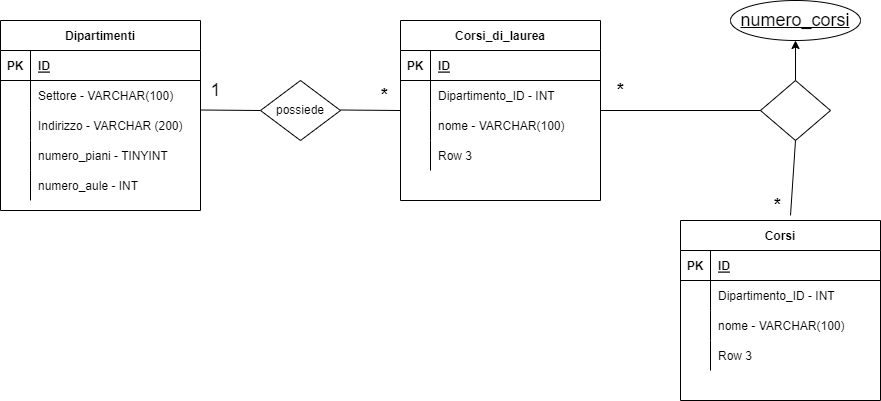
Above: Untitled Diagram.drawio.png in SimonCook99/db-univeristy (draw.io), before the change. Source tidied: cells renumbered, new cells last; positions are measured from the earlier drawing's top-left corner, leaving out a move shared by most shapes.
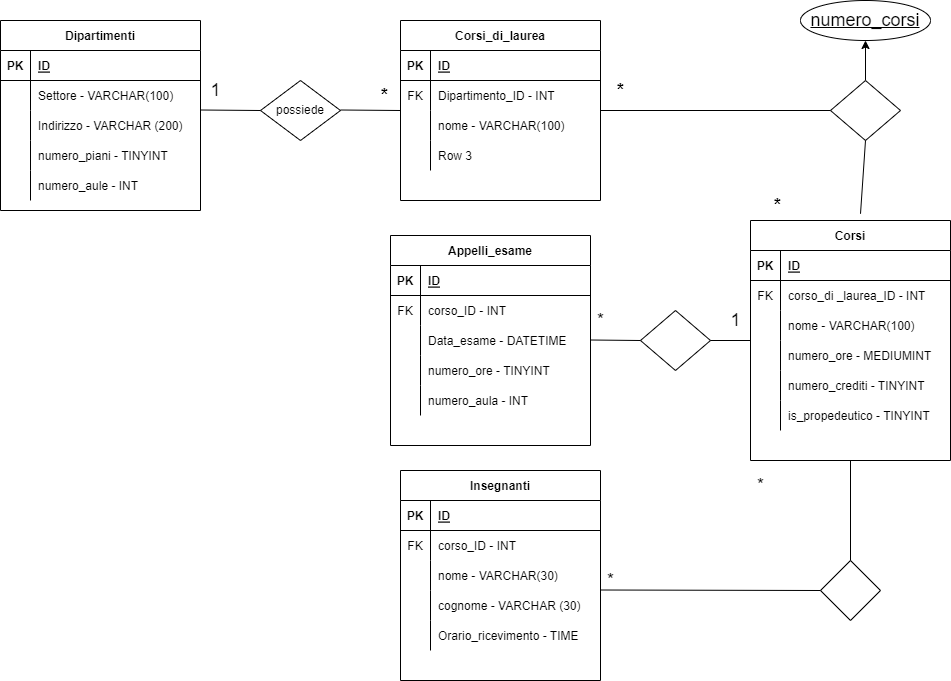
The same file after the commit.

Commit message:
Aggiunte altre tabelle e relazioni

Change to the diagram source:
```diff
@@ -65,7 +65,7 @@
     <mxCell id="22" style="shape=tableRow;horizontal=0;startSize=0;swimlaneHead=0;swimlaneBody=0;fillColor=none;top=0;left=0;right=0;bottom=0;" parent="18" vertex="1">
       <mxGeometry y="60" width="200" height="30" as="geometry" />
     </mxCell>
-    <mxCell id="23" style="shape=partialRectangle;fillColor=none;top=0;left=0;bottom=0;right=0;overflow=hidden;" parent="22" vertex="1">
+    <mxCell id="23" value="FK" style="shape=partialRectangle;fillColor=none;top=0;left=0;bottom=0;right=0;overflow=hidden;" parent="22" vertex="1">
       <mxGeometry width="30" height="30" as="geometry" />
     </mxCell>
     <mxCell id="24" value="Dipartimento_ID - INT" style="shape=partialRectangle;fillColor=none;top=0;left=0;bottom=0;right=0;align=left;spacingLeft=6;overflow=hidden;" parent="22" vertex="1">
@@ -111,7 +111,7 @@
       <mxGeometry x="374" y="80" width="20" height="30" as="geometry" />
     </mxCell>
     <mxCell id="36" value="Corsi" style="shape=table;startSize=30;rowLines=0;fontStyle=1;align=center;" parent="1" vertex="1">
-      <mxGeometry x="680" y="220" width="200" height="180" as="geometry" />
+      <mxGeometry x="750" y="220" width="200" height="240" as="geometry" />
     </mxCell>
     <mxCell id="37" style="shape=tableRow;horizontal=0;startSize=0;swimlaneHead=0;swimlaneBody=0;fillColor=none;top=0;left=0;right=0;bottom=1;" parent="36" vertex="1">
       <mxGeometry y="30" width="200" height="30" as="geometry" />
@@ -125,10 +125,10 @@
     <mxCell id="40" style="shape=tableRow;horizontal=0;startSize=0;swimlaneHead=0;swimlaneBody=0;fillColor=none;top=0;left=0;right=0;bottom=0;" parent="36" vertex="1">
       <mxGeometry y="60" width="200" height="30" as="geometry" />
     </mxCell>
-    <mxCell id="41" style="shape=partialRectangle;fillColor=none;top=0;left=0;bottom=0;right=0;overflow=hidden;" parent="40" vertex="1">
+    <mxCell id="41" value="FK" style="shape=partialRectangle;fillColor=none;top=0;left=0;bottom=0;right=0;overflow=hidden;" parent="40" vertex="1">
       <mxGeometry width="30" height="30" as="geometry" />
     </mxCell>
-    <mxCell id="42" value="Dipartimento_ID - INT" style="shape=partialRectangle;fillColor=none;top=0;left=0;bottom=0;right=0;align=left;spacingLeft=6;overflow=hidden;" parent="40" vertex="1">
+    <mxCell id="42" value="corso_di _laurea_ID - INT" style="shape=partialRectangle;fillColor=none;top=0;left=0;bottom=0;right=0;align=left;spacingLeft=6;overflow=hidden;" parent="40" vertex="1">
       <mxGeometry x="30" width="170" height="30" as="geometry" />
     </mxCell>
     <mxCell id="43" style="shape=tableRow;horizontal=0;startSize=0;swimlaneHead=0;swimlaneBody=0;fillColor=none;top=0;left=0;right=0;bottom=0;" parent="36" vertex="1">
@@ -146,25 +146,40 @@
     <mxCell id="47" style="shape=partialRectangle;fillColor=none;top=0;left=0;bottom=0;right=0;overflow=hidden;" parent="46" vertex="1">
       <mxGeometry width="30" height="30" as="geometry" />
     </mxCell>
-    <mxCell id="48" value="Row 3" style="shape=partialRectangle;fillColor=none;top=0;left=0;bottom=0;right=0;align=left;spacingLeft=6;overflow=hidden;" parent="46" vertex="1">
+    <mxCell id="48" value="numero_ore - MEDIUMINT" style="shape=partialRectangle;fillColor=none;top=0;left=0;bottom=0;right=0;align=left;spacingLeft=6;overflow=hidden;" parent="46" vertex="1">
       <mxGeometry x="30" width="170" height="30" as="geometry" />
     </mxCell>
+    <mxCell id="56" style="shape=tableRow;horizontal=0;startSize=0;swimlaneHead=0;swimlaneBody=0;fillColor=none;top=0;left=0;right=0;bottom=0;" parent="36" vertex="1">
+      <mxGeometry y="150" width="200" height="30" as="geometry" />
+    </mxCell>
+    <mxCell id="57" style="shape=partialRectangle;fillColor=none;top=0;left=0;bottom=0;right=0;overflow=hidden;" parent="56" vertex="1">
+      <mxGeometry width="30" height="30" as="geometry" />
+    </mxCell>
+    <mxCell id="58" value="numero_crediti - TINYINT" style="shape=partialRectangle;fillColor=none;top=0;left=0;bottom=0;right=0;align=left;spacingLeft=6;overflow=hidden;" parent="56" vertex="1">
+      <mxGeometry x="30" width="170" height="30" as="geometry" />
+    </mxCell>
+    <mxCell id="59" style="shape=tableRow;horizontal=0;startSize=0;swimlaneHead=0;swimlaneBody=0;fillColor=none;top=0;left=0;right=0;bottom=0;" parent="36" vertex="1">
+      <mxGeometry y="180" width="200" height="30" as="geometry" />
+    </mxCell>
+    <mxCell id="60" style="shape=partialRectangle;fillColor=none;top=0;left=0;bottom=0;right=0;overflow=hidden;" parent="59" vertex="1">
+      <mxGeometry width="30" height="30" as="geometry" />
+    </mxCell>
+    <mxCell id="61" value="is_propedeutico - TINYINT" style="shape=partialRectangle;fillColor=none;top=0;left=0;bottom=0;right=0;align=left;spacingLeft=6;overflow=hidden;" parent="59" vertex="1">
+      <mxGeometry x="30" width="170" height="30" as="geometry" />
+    </mxCell>
     <mxCell id="49" style="edgeStyle=none;rounded=0;jettySize=auto;html=1;fontSize=18;" parent="1" edge="1" source="50" target="55">
       <mxGeometry relative="1" as="geometry" />
     </mxCell>
     <mxCell id="50" style="shape=rhombus;perimeter=rhombusPerimeter;whiteSpace=wrap;html=1;align=center;fontSize=18;" parent="1" vertex="1">
-      <mxGeometry x="760" y="80" width="70" height="60" as="geometry" />
+      <mxGeometry x="830" y="80" width="70" height="60" as="geometry" />
     </mxCell>
-    <mxCell id="51" style="endArrow=none;html=1;rounded=0;fontSize=18;" parent="1" edge="1">
+    <mxCell id="51" style="endArrow=none;html=1;rounded=0;fontSize=18;entryX=0;entryY=0.5;entryDx=0;entryDy=0;" parent="1" edge="1" target="50">
       <mxGeometry relative="1" as="geometry">
         <mxPoint x="600" y="110" as="sourcePoint" />
-        <mxPoint x="760" y="110" as="targetPoint" />
       </mxGeometry>
     </mxCell>
-    <mxCell id="52" style="endArrow=none;html=1;rounded=0;fontSize=18;entryX=0.55;entryY=-0.028;entryDx=0;entryDy=0;entryPerimeter=0;" parent="1" edge="1" target="36">
-      <mxGeometry relative="1" as="geometry">
-        <mxPoint x="795" y="140" as="sourcePoint" />
-      </mxGeometry>
+    <mxCell id="52" style="endArrow=none;html=1;rounded=0;fontSize=18;entryX=0.55;entryY=-0.028;entryDx=0;entryDy=0;entryPerimeter=0;exitX=0.5;exitY=1;exitDx=0;exitDy=0;" parent="1" edge="1" source="50" target="36">
+      <mxGeometry relative="1" as="geometry" />
     </mxCell>
     <mxCell id="53" value="&lt;b&gt;*&lt;/b&gt;" style="text;html=1;align=center;verticalAlign=middle;strokeColor=none;fillColor=none;fontSize=18;" parent="1" vertex="1">
       <mxGeometry x="610" y="75" width="20" height="30" as="geometry" />
@@ -173,7 +188,143 @@
       <mxGeometry x="767" y="190" width="20" height="30" as="geometry" />
     </mxCell>
     <mxCell id="55" value="numero_corsi" style="ellipse;whiteSpace=wrap;html=1;align=center;fontStyle=4;fontSize=18;" parent="1" vertex="1">
-      <mxGeometry x="730" width="130" height="40" as="geometry" />
+      <mxGeometry x="800" width="130" height="40" as="geometry" />
     </mxCell>
+    <mxCell id="62" value="Insegnanti" style="shape=table;startSize=30;rowLines=0;fontStyle=1;align=center;" parent="1" vertex="1">
+      <mxGeometry x="400" y="470" width="200" height="210" as="geometry" />
+    </mxCell>
+    <mxCell id="63" style="shape=tableRow;horizontal=0;startSize=0;swimlaneHead=0;swimlaneBody=0;fillColor=none;top=0;left=0;right=0;bottom=1;" parent="62" vertex="1">
+      <mxGeometry y="30" width="200" height="30" as="geometry" />
+    </mxCell>
+    <mxCell id="64" value="PK" style="shape=partialRectangle;fillColor=none;top=0;left=0;bottom=0;right=0;fontStyle=1;overflow=hidden;" parent="63" vertex="1">
+      <mxGeometry width="30" height="30" as="geometry" />
+    </mxCell>
+    <mxCell id="65" value="ID" style="shape=partialRectangle;fillColor=none;top=0;left=0;bottom=0;right=0;align=left;spacingLeft=6;fontStyle=5;overflow=hidden;" parent="63" vertex="1">
+      <mxGeometry x="30" width="170" height="30" as="geometry" />
+    </mxCell>
+    <mxCell id="66" style="shape=tableRow;horizontal=0;startSize=0;swimlaneHead=0;swimlaneBody=0;fillColor=none;top=0;left=0;right=0;bottom=0;" parent="62" vertex="1">
+      <mxGeometry y="60" width="200" height="30" as="geometry" />
+    </mxCell>
+    <mxCell id="67" value="FK" style="shape=partialRectangle;fillColor=none;top=0;left=0;bottom=0;right=0;overflow=hidden;" parent="66" vertex="1">
+      <mxGeometry width="30" height="30" as="geometry" />
+    </mxCell>
+    <mxCell id="68" value="corso_ID - INT" style="shape=partialRectangle;fillColor=none;top=0;left=0;bottom=0;right=0;align=left;spacingLeft=6;overflow=hidden;" parent="66" vertex="1">
+      <mxGeometry x="30" width="170" height="30" as="geometry" />
+    </mxCell>
+    <mxCell id="69" style="shape=tableRow;horizontal=0;startSize=0;swimlaneHead=0;swimlaneBody=0;fillColor=none;top=0;left=0;right=0;bottom=0;" parent="62" vertex="1">
+      <mxGeometry y="90" width="200" height="30" as="geometry" />
+    </mxCell>
+    <mxCell id="70" style="shape=partialRectangle;fillColor=none;top=0;left=0;bottom=0;right=0;overflow=hidden;" parent="69" vertex="1">
+      <mxGeometry width="30" height="30" as="geometry" />
+    </mxCell>
+    <mxCell id="71" value="nome - VARCHAR(30)" style="shape=partialRectangle;fillColor=none;top=0;left=0;bottom=0;right=0;align=left;spacingLeft=6;overflow=hidden;" parent="69" vertex="1">
+      <mxGeometry x="30" width="170" height="30" as="geometry" />
+    </mxCell>
+    <mxCell id="72" style="shape=tableRow;horizontal=0;startSize=0;swimlaneHead=0;swimlaneBody=0;fillColor=none;top=0;left=0;right=0;bottom=0;" parent="62" vertex="1">
+      <mxGeometry y="120" width="200" height="30" as="geometry" />
+    </mxCell>
+    <mxCell id="73" style="shape=partialRectangle;fillColor=none;top=0;left=0;bottom=0;right=0;overflow=hidden;" parent="72" vertex="1">
+      <mxGeometry width="30" height="30" as="geometry" />
+    </mxCell>
+    <mxCell id="74" value="cognome - VARCHAR (30)" style="shape=partialRectangle;fillColor=none;top=0;left=0;bottom=0;right=0;align=left;spacingLeft=6;overflow=hidden;" parent="72" vertex="1">
+      <mxGeometry x="30" width="170" height="30" as="geometry" />
+    </mxCell>
+    <mxCell id="75" style="shape=tableRow;horizontal=0;startSize=0;swimlaneHead=0;swimlaneBody=0;fillColor=none;top=0;left=0;right=0;bottom=0;" parent="62" vertex="1">
+      <mxGeometry y="150" width="200" height="30" as="geometry" />
+    </mxCell>
+    <mxCell id="76" style="shape=partialRectangle;fillColor=none;top=0;left=0;bottom=0;right=0;overflow=hidden;" parent="75" vertex="1">
+      <mxGeometry width="30" height="30" as="geometry" />
+    </mxCell>
+    <mxCell id="77" value="Orario_ricevimento - TIME" style="shape=partialRectangle;fillColor=none;top=0;left=0;bottom=0;right=0;align=left;spacingLeft=6;overflow=hidden;" parent="75" vertex="1">
+      <mxGeometry x="30" width="170" height="30" as="geometry" />
+    </mxCell>
+    <mxCell id="78" style="shape=rhombus;perimeter=rhombusPerimeter;whiteSpace=wrap;html=1;align=center;fontSize=18;" parent="1" vertex="1">
+      <mxGeometry x="820" y="560" width="60" height="60" as="geometry" />
+    </mxCell>
+    <mxCell id="79" style="edgeStyle=none;rounded=0;orthogonalLoop=1;jettySize=auto;html=1;exitX=1;exitY=0.5;exitDx=0;exitDy=0;fontSize=18;" parent="1" edge="1" source="78" target="78">
+      <mxGeometry relative="1" as="geometry" />
+    </mxCell>
+    <mxCell id="80" style="endArrow=none;html=1;rounded=0;fontSize=18;entryX=0;entryY=0.5;entryDx=0;entryDy=0;" parent="1" edge="1" target="78">
+      <mxGeometry relative="1" as="geometry">
+        <mxPoint x="600" y="589.5" as="sourcePoint" />
+      </mxGeometry>
+    </mxCell>
+    <mxCell id="81" style="endArrow=none;html=1;rounded=0;fontSize=18;entryX=0.5;entryY=1;entryDx=0;entryDy=0;exitX=0.5;exitY=0;exitDx=0;exitDy=0;" parent="1" edge="1" source="78" target="36">
+      <mxGeometry relative="1" as="geometry" />
+    </mxCell>
+    <mxCell id="82" value="*" style="text;html=1;align=center;verticalAlign=middle;strokeColor=none;fillColor=none;fontSize=18;" parent="1" vertex="1">
+      <mxGeometry x="600" y="565" width="20" height="30" as="geometry" />
+    </mxCell>
+    <mxCell id="83" value="*" style="text;html=1;align=center;verticalAlign=middle;strokeColor=none;fillColor=none;fontSize=18;" parent="1" vertex="1">
+      <mxGeometry x="750" y="470" width="20" height="30" as="geometry" />
+    </mxCell>
+    <mxCell id="84" value="Appelli_esame" style="shape=table;startSize=30;rowLines=0;fontStyle=1;align=center;" parent="1" vertex="1">
+      <mxGeometry x="390" y="235" width="200" height="210" as="geometry" />
+    </mxCell>
+    <mxCell id="85" style="shape=tableRow;horizontal=0;startSize=0;swimlaneHead=0;swimlaneBody=0;fillColor=none;top=0;left=0;right=0;bottom=1;" parent="84" vertex="1">
+      <mxGeometry y="30" width="200" height="30" as="geometry" />
+    </mxCell>
+    <mxCell id="86" value="PK" style="shape=partialRectangle;fillColor=none;top=0;left=0;bottom=0;right=0;fontStyle=1;overflow=hidden;" parent="85" vertex="1">
+      <mxGeometry width="30" height="30" as="geometry" />
+    </mxCell>
+    <mxCell id="87" value="ID" style="shape=partialRectangle;fillColor=none;top=0;left=0;bottom=0;right=0;align=left;spacingLeft=6;fontStyle=5;overflow=hidden;" parent="85" vertex="1">
+      <mxGeometry x="30" width="170" height="30" as="geometry" />
+    </mxCell>
+    <mxCell id="88" style="shape=tableRow;horizontal=0;startSize=0;swimlaneHead=0;swimlaneBody=0;fillColor=none;top=0;left=0;right=0;bottom=0;" parent="84" vertex="1">
+      <mxGeometry y="60" width="200" height="30" as="geometry" />
+    </mxCell>
+    <mxCell id="89" value="FK" style="shape=partialRectangle;fillColor=none;top=0;left=0;bottom=0;right=0;overflow=hidden;" parent="88" vertex="1">
+      <mxGeometry width="30" height="30" as="geometry" />
+    </mxCell>
+    <mxCell id="90" value="corso_ID - INT" style="shape=partialRectangle;fillColor=none;top=0;left=0;bottom=0;right=0;align=left;spacingLeft=6;overflow=hidden;" parent="88" vertex="1">
+      <mxGeometry x="30" width="170" height="30" as="geometry" />
+    </mxCell>
+    <mxCell id="91" style="shape=tableRow;horizontal=0;startSize=0;swimlaneHead=0;swimlaneBody=0;fillColor=none;top=0;left=0;right=0;bottom=0;" parent="84" vertex="1">
+      <mxGeometry y="90" width="200" height="30" as="geometry" />
+    </mxCell>
+    <mxCell id="92" style="shape=partialRectangle;fillColor=none;top=0;left=0;bottom=0;right=0;overflow=hidden;" parent="91" vertex="1">
+      <mxGeometry width="30" height="30" as="geometry" />
+    </mxCell>
+    <mxCell id="93" value="Data_esame - DATETIME" style="shape=partialRectangle;fillColor=none;top=0;left=0;bottom=0;right=0;align=left;spacingLeft=6;overflow=hidden;" parent="91" vertex="1">
+      <mxGeometry x="30" width="170" height="30" as="geometry" />
+    </mxCell>
+    <mxCell id="94" style="shape=tableRow;horizontal=0;startSize=0;swimlaneHead=0;swimlaneBody=0;fillColor=none;top=0;left=0;right=0;bottom=0;" parent="84" vertex="1">
+      <mxGeometry y="120" width="200" height="30" as="geometry" />
+    </mxCell>
+    <mxCell id="95" style="shape=partialRectangle;fillColor=none;top=0;left=0;bottom=0;right=0;overflow=hidden;" parent="94" vertex="1">
+      <mxGeometry width="30" height="30" as="geometry" />
+    </mxCell>
+    <mxCell id="96" value="numero_ore - TINYINT" style="shape=partialRectangle;fillColor=none;top=0;left=0;bottom=0;right=0;align=left;spacingLeft=6;overflow=hidden;" parent="94" vertex="1">
+      <mxGeometry x="30" width="170" height="30" as="geometry" />
+    </mxCell>
+    <mxCell id="97" style="shape=tableRow;horizontal=0;startSize=0;swimlaneHead=0;swimlaneBody=0;fillColor=none;top=0;left=0;right=0;bottom=0;" parent="84" vertex="1">
+      <mxGeometry y="150" width="200" height="30" as="geometry" />
+    </mxCell>
+    <mxCell id="98" style="shape=partialRectangle;fillColor=none;top=0;left=0;bottom=0;right=0;overflow=hidden;" parent="97" vertex="1">
+      <mxGeometry width="30" height="30" as="geometry" />
+    </mxCell>
+    <mxCell id="99" value="numero_aula - INT" style="shape=partialRectangle;fillColor=none;top=0;left=0;bottom=0;right=0;align=left;spacingLeft=6;overflow=hidden;" parent="97" vertex="1">
+      <mxGeometry x="30" width="170" height="30" as="geometry" />
+    </mxCell>
+    <mxCell id="100" style="shape=rhombus;perimeter=rhombusPerimeter;whiteSpace=wrap;html=1;align=center;fontSize=18;" parent="1" vertex="1">
+      <mxGeometry x="640" y="310" width="70" height="60" as="geometry" />
+    </mxCell>
+    <mxCell id="101" style="endArrow=none;html=1;rounded=0;entryX=0;entryY=0.5;entryDx=0;entryDy=0;" parent="1" edge="1" target="100">
+      <mxGeometry relative="1" as="geometry">
+        <mxPoint x="590" y="339.5" as="sourcePoint" />
+      </mxGeometry>
+    </mxCell>
+    <mxCell id="102" style="endArrow=none;html=1;rounded=0;" parent="1" edge="1">
+      <mxGeometry relative="1" as="geometry">
+        <mxPoint x="710" y="340" as="sourcePoint" />
+        <mxPoint x="750" y="340" as="targetPoint" />
+      </mxGeometry>
+    </mxCell>
+    <mxCell id="103" value="*" style="text;html=1;align=center;verticalAlign=middle;strokeColor=none;fillColor=none;fontSize=18;" parent="1" vertex="1">
+      <mxGeometry x="590" y="305" width="20" height="30" as="geometry" />
+    </mxCell>
+    <mxCell id="104" value="1" style="text;html=1;align=center;verticalAlign=middle;strokeColor=none;fillColor=none;fontSize=18;" parent="1" vertex="1">
+      <mxGeometry x="720" y="305" width="30" height="30" as="geometry" />
+    </mxCell>
   </root>
 </mxGraphModel>
```
